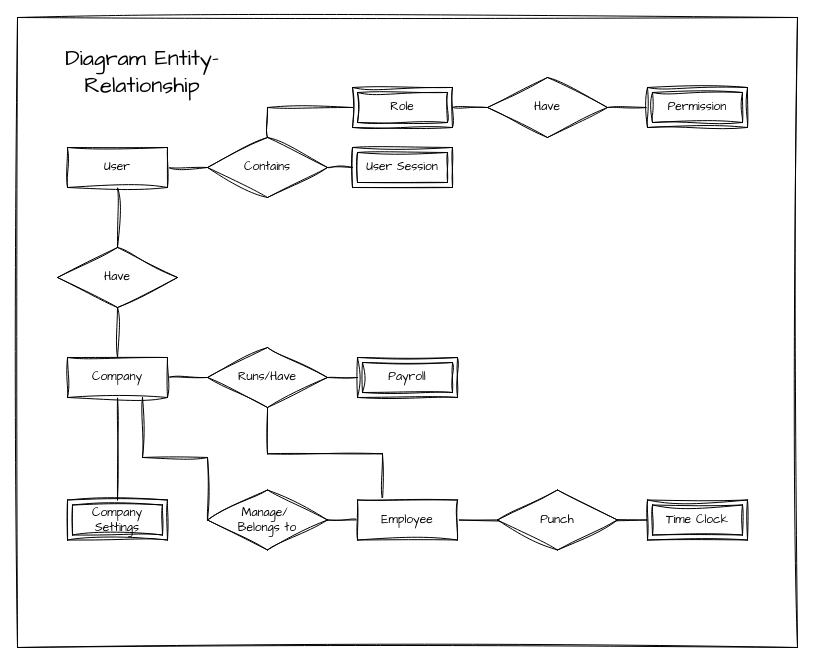
This is apps/docs/DER-Gestor.drawio from giuliosa/gestor-app, a draw.io file, before an edit. Source tidied: cells renumbered, new cells numbered last; positions are measured from the earlier drawing's top-left corner, leaving out a move shared by most shapes. Both pictures are drawn from the tidied source at 100%, with x=0, y=0 at pixel (17, 17).
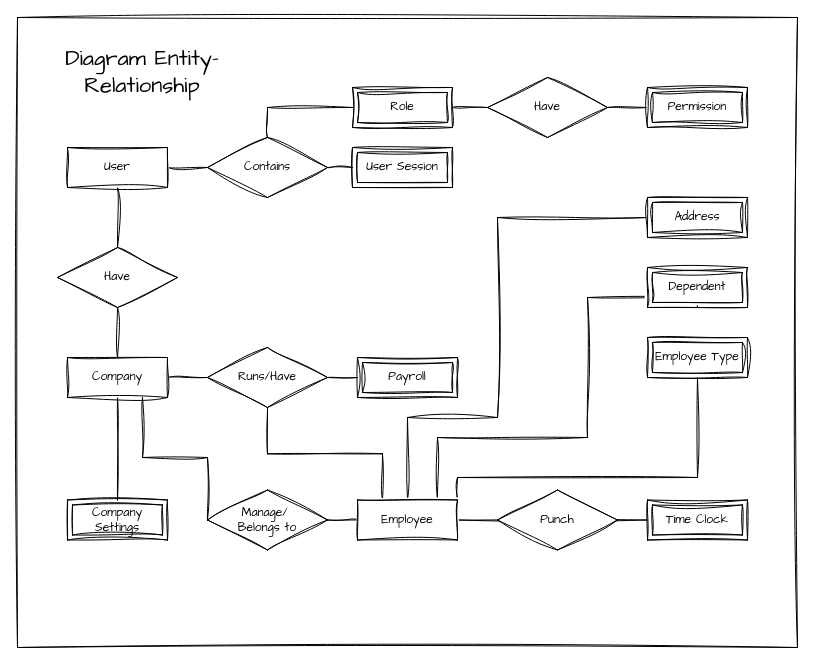
The same diagram, later.

Unchanged cells that the change refers to:
```xml
<mxCell id="26" value="&lt;div&gt;Employee&lt;/div&gt;" style="whiteSpace=wrap;html=1;align=center;sketch=1;hachureGap=4;jiggle=2;curveFitting=1;fontFamily=Architects Daughter;" parent="1" vertex="1">
  <mxGeometry x="340" y="482.5" width="100" height="40" as="geometry" />
</mxCell>
```

What changed in the source:
```diff
@@
+    <mxCell id="33" style="edgeStyle=orthogonalEdgeStyle;rounded=0;sketch=1;hachureGap=4;jiggle=2;curveFitting=1;jettySize=auto;html=1;exitX=0.75;exitY=0;exitDx=0;exitDy=0;entryX=0.5;entryY=1;entryDx=0;entryDy=0;fontFamily=Architects Daughter;endArrow=none;startFill=0;" parent="1" edge="1" source="26" target="36">
+      <mxGeometry relative="1" as="geometry">
+        <Array as="points">
+          <mxPoint x="420" y="483" />
+          <mxPoint x="420" y="420" />
+          <mxPoint x="570" y="420" />
+          <mxPoint x="570" y="280" />
+          <mxPoint x="680" y="280" />
+        </Array>
+      </mxGeometry>
+    </mxCell>
+    <mxCell id="34" style="edgeStyle=orthogonalEdgeStyle;rounded=0;sketch=1;hachureGap=4;jiggle=2;curveFitting=1;jettySize=auto;html=1;exitX=0.5;exitY=0;exitDx=0;exitDy=0;fontFamily=Architects Daughter;endArrow=none;startFill=0;" parent="1" edge="1" source="26" target="37">
+      <mxGeometry relative="1" as="geometry">
+        <Array as="points">
+          <mxPoint x="390" y="400" />
+          <mxPoint x="480" y="400" />
+          <mxPoint x="480" y="200" />
+        </Array>
+      </mxGeometry>
+    </mxCell>
+    <mxCell id="35" style="edgeStyle=orthogonalEdgeStyle;rounded=0;sketch=1;hachureGap=4;jiggle=2;curveFitting=1;jettySize=auto;html=1;exitX=1;exitY=0;exitDx=0;exitDy=0;entryX=0.5;entryY=1;entryDx=0;entryDy=0;fontFamily=Architects Daughter;endArrow=none;startFill=0;" parent="1" edge="1" source="26" target="38">
+      <mxGeometry relative="1" as="geometry">
+        <Array as="points">
+          <mxPoint x="440" y="460" />
+          <mxPoint x="680" y="460" />
+        </Array>
+      </mxGeometry>
+    </mxCell>
@@
+    <mxCell id="36" value="Dependent" style="shape=ext;margin=3;double=1;whiteSpace=wrap;html=1;align=center;sketch=1;hachureGap=4;jiggle=2;curveFitting=1;fontFamily=Architects Daughter;" parent="1" vertex="1">
+      <mxGeometry x="630" y="250" width="100" height="40" as="geometry" />
+    </mxCell>
+    <mxCell id="37" value="Address" style="shape=ext;margin=3;double=1;whiteSpace=wrap;html=1;align=center;sketch=1;hachureGap=4;jiggle=2;curveFitting=1;fontFamily=Architects Daughter;" parent="1" vertex="1">
+      <mxGeometry x="630" y="180" width="100" height="40" as="geometry" />
+    </mxCell>
+    <mxCell id="38" value="Employee Type" style="shape=ext;margin=3;double=1;whiteSpace=wrap;html=1;align=center;sketch=1;hachureGap=4;jiggle=2;curveFitting=1;fontFamily=Architects Daughter;" parent="1" vertex="1">
+      <mxGeometry x="630" y="320" width="100" height="40" as="geometry" />
+    </mxCell>
```
